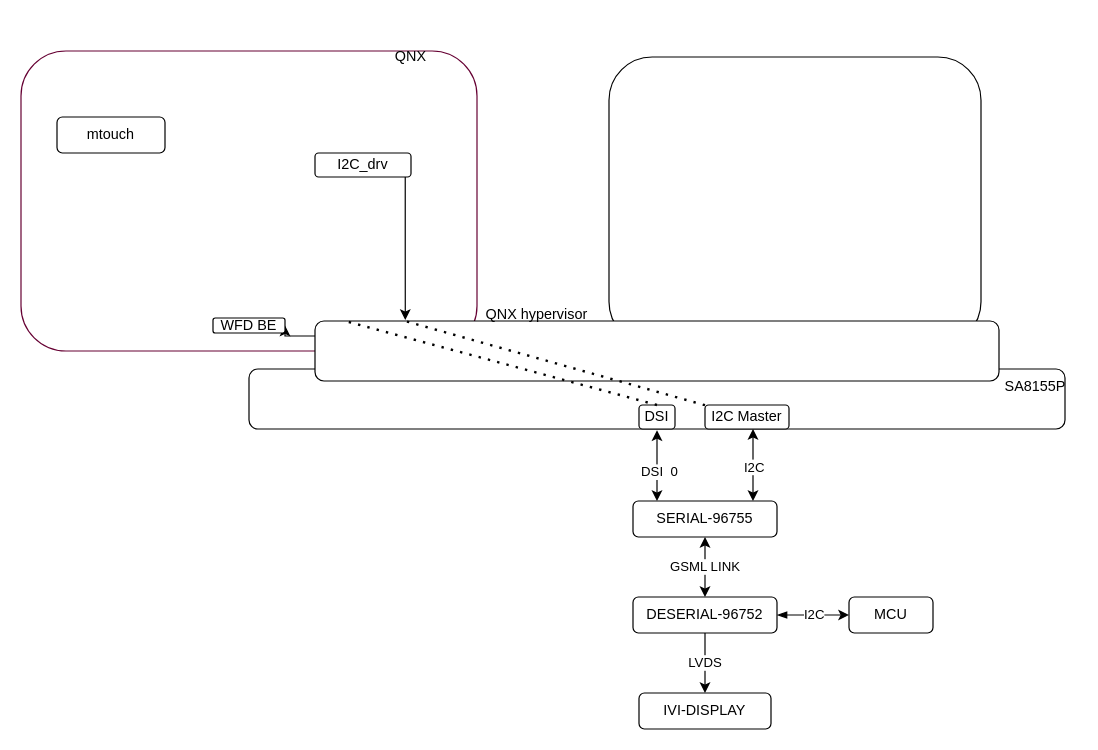
Earlier version of the draw.io diagram touch_arch.drawio (singledo/drawio-repo). Source tidied: cells renumbered, new cells numbered last; positions are measured from the earlier drawing's top-left corner, leaving out a move shared by most shapes. Both pictures are drawn from the tidied source at 120%, with x=0, y=0 at pixel (20, 44).
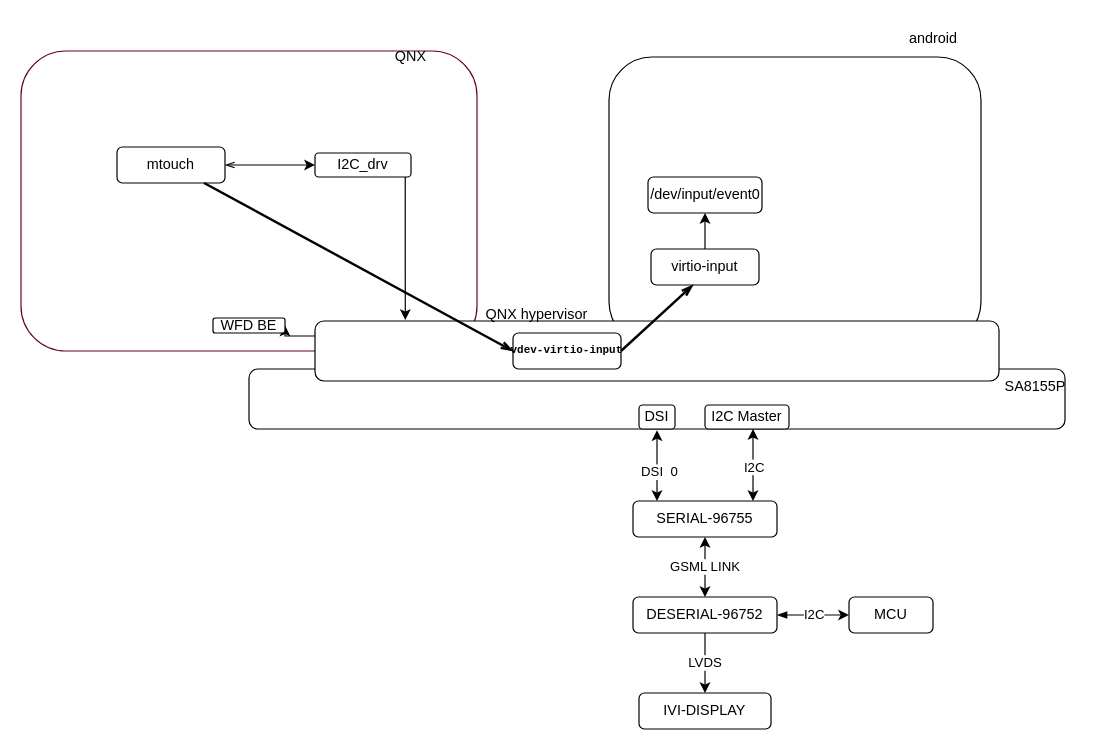
Above is the later version.

Unchanged cells that the change refers to:
```xml
<mxCell id="22" value="DSI" style="rounded=1;whiteSpace=wrap;html=1;" parent="1" vertex="1">
  <mxGeometry x="515" y="300" width="30" height="20" as="geometry" />
</mxCell>
<mxCell id="23" value="I2C Master" style="rounded=1;whiteSpace=wrap;html=1;" parent="1" vertex="1">
  <mxGeometry x="570" y="300" width="70" height="20" as="geometry" />
</mxCell>
<mxCell id="26" value="I2C_drv" style="rounded=1;whiteSpace=wrap;html=1;" parent="1" vertex="1">
  <mxGeometry x="245" y="90" width="80" height="20" as="geometry" />
</mxCell>
```

Diff of the diagram source:
```diff
@@
+    <mxCell id="32" style="edgeStyle=orthogonalEdgeStyle;rounded=0;jettySize=auto;html=1;startArrow=openThin;startFill=0;" parent="1" edge="1" source="28" target="26">
+      <mxGeometry relative="1" as="geometry" />
+    </mxCell>
     <mxCell id="28" value="mtouch" style="rounded=1;whiteSpace=wrap;html=1;" parent="1" vertex="1">
-      <mxGeometry x="30" y="60" width="90" height="30" as="geometry" />
+      <mxGeometry x="80" y="85" width="90" height="30" as="geometry" />
     </mxCell>
@@
-    <mxCell id="30" style="endArrow=none;dashed=1;html=1;dashPattern=1 3;strokeWidth=2;rounded=0;" parent="1" edge="1" source="23">
-      <mxGeometry relative="1" as="geometry">
-        <mxPoint x="320" y="230" as="targetPoint" />
-      </mxGeometry>
-    </mxCell>
-    <mxCell id="31" style="endArrow=none;dashed=1;html=1;dashPattern=1 3;strokeWidth=2;rounded=0;exitX=0.5;exitY=0;exitDx=0;exitDy=0;" parent="1" edge="1" source="22">
-      <mxGeometry relative="1" as="geometry">
-        <mxPoint x="270" y="230" as="targetPoint" />
-      </mxGeometry>
-    </mxCell>
+    <mxCell id="33" style="edgeStyle=orthogonalEdgeStyle;rounded=0;jettySize=auto;html=1;" parent="1" edge="1" source="34" target="38">
+      <mxGeometry relative="1" as="geometry" />
+    </mxCell>
+    <mxCell id="34" value="virtio-input" style="rounded=1;whiteSpace=wrap;html=1;" parent="1" vertex="1">
+      <mxGeometry x="525" y="170" width="90" height="30" as="geometry" />
+    </mxCell>
+    <mxCell id="35" value="&lt;pre&gt;&lt;h5 style=&quot;background-color: rgba(0, 0, 0, 0); font-family: Consolas, monospace-fallback, &amp;quot;monospace&amp;quot;;&quot;&gt;vdev-virtio-&lt;span style=&quot;font-weight: bold;&quot;&gt;input&lt;/span&gt;&lt;/h5&gt;&lt;/pre&gt;" style="rounded=1;whiteSpace=wrap;html=1;fontSize=11;" parent="1" vertex="1">
+      <mxGeometry x="410" y="240" width="90" height="30" as="geometry" />
+    </mxCell>
+    <mxCell id="36" style="endArrow=none;html=1;strokeWidth=2;rounded=0;exitX=0;exitY=0.5;exitDx=0;exitDy=0;endFill=0;startArrow=openThin;startFill=0;" parent="1" edge="1" source="35" target="28">
+      <mxGeometry relative="1" as="geometry" />
+    </mxCell>
+    <mxCell id="37" style="endArrow=openThin;html=1;strokeWidth=2;rounded=0;exitX=1;exitY=0.5;exitDx=0;exitDy=0;endFill=0;" parent="1" edge="1" source="35">
+      <mxGeometry relative="1" as="geometry">
+        <mxPoint x="560" y="200" as="targetPoint" />
+      </mxGeometry>
+    </mxCell>
+    <mxCell id="38" value="/dev/input/event0" style="rounded=1;whiteSpace=wrap;html=1;" parent="1" vertex="1">
+      <mxGeometry x="522.5" y="110" width="95" height="30" as="geometry" />
+    </mxCell>
+    <mxCell id="39" value="android" style="text;html=1;align=center;verticalAlign=middle;strokeColor=none;fillColor=none;" parent="1" vertex="1">
+      <mxGeometry x="730" y="-20" width="60" height="30" as="geometry" />
+    </mxCell>
```
